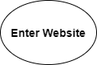
This is part2/part2.drawio.png from shadydrako/wi21-cse110-lab4, a draw.io export, as it was before one commit. Source tidied: cells renumbered, new cells last; positions are measured from the earlier drawing's top-left corner, leaving out a move shared by most shapes. The source it was exported from:
```xml
<mxGraphModel>
  <root>
    <mxCell id="0" />
    <mxCell id="1" parent="0" />
    <mxCell id="2" value="&lt;h3&gt;Enter Website&lt;/h3&gt;" style="ellipse;whiteSpace=wrap;html=1;" parent="1" vertex="1">
      <mxGeometry width="120" height="80" as="geometry" />
    </mxCell>
  </root>
</mxGraphModel>
```
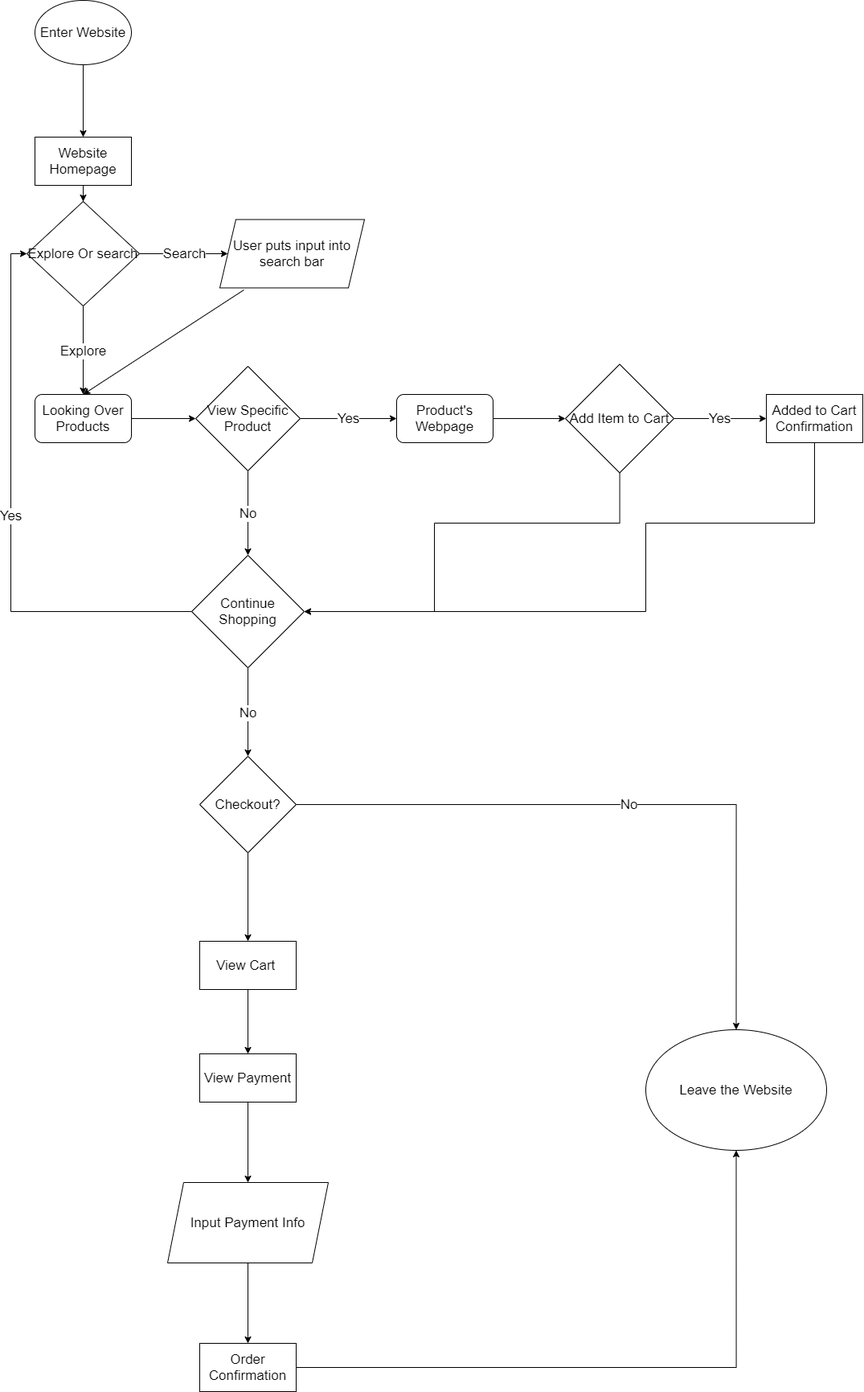
Above is the later version.

Commit message:
finished part2

The edit, as a diff of the source:
```diff
@@ -2,8 +2,129 @@
   <root>
     <mxCell id="0" />
     <mxCell id="1" parent="0" />
+    <mxCell id="3" style="edgeStyle=orthogonalEdgeStyle;rounded=0;jettySize=auto;html=1;fontSize=17;" parent="1" edge="1" source="2" target="21">
+      <mxGeometry relative="1" as="geometry" />
+    </mxCell>
-    <mxCell id="2" value="&lt;h3&gt;Enter Website&lt;/h3&gt;" style="ellipse;whiteSpace=wrap;html=1;" parent="1" vertex="1">
+    <mxCell id="2" value="Enter Website" style="ellipse;whiteSpace=wrap;html=1;fontSize=17;" parent="1" vertex="1">
       <mxGeometry width="120" height="80" as="geometry" />
     </mxCell>
+    <mxCell id="4" value="Looking Over Products" style="rounded=1;whiteSpace=wrap;html=1;fontSize=17;" parent="1" vertex="1">
+      <mxGeometry y="490" width="120" height="60" as="geometry" />
+    </mxCell>
+    <mxCell id="5" style="endArrow=classic;html=1;fontSize=17;exitX=0.5;exitY=1;exitDx=0;exitDy=0;entryX=0.5;entryY=0;entryDx=0;entryDy=0;" parent="1" edge="1" target="4">
+      <mxGeometry relative="1" as="geometry">
+        <mxPoint x="260" y="360" as="sourcePoint" />
+      </mxGeometry>
+    </mxCell>
+    <mxCell id="6" value="No" style="edgeStyle=orthogonalEdgeStyle;rounded=0;jettySize=auto;html=1;fontSize=17;" parent="1" edge="1" source="7" target="17">
+      <mxGeometry relative="1" as="geometry" />
+    </mxCell>
+    <mxCell id="7" value="View Specific&lt;br&gt;Product" style="rhombus;whiteSpace=wrap;html=1;fontSize=17;" parent="1" vertex="1">
+      <mxGeometry x="200" y="455" width="130" height="130" as="geometry" />
+    </mxCell>
+    <mxCell id="8" style="endArrow=classic;html=1;fontSize=17;entryX=0;entryY=0.5;entryDx=0;entryDy=0;" parent="1" edge="1" target="7">
+      <mxGeometry relative="1" as="geometry">
+        <mxPoint x="120" y="520" as="sourcePoint" />
+      </mxGeometry>
+    </mxCell>
+    <mxCell id="9" value="Yes" style="endArrow=classic;html=1;fontSize=17;exitX=1;exitY=0.5;exitDx=0;exitDy=0;" parent="1" edge="1" source="7" target="10">
+      <mxGeometry relative="1" as="geometry" />
+    </mxCell>
+    <mxCell id="10" value="Product's Webpage" style="rounded=1;whiteSpace=wrap;html=1;fontSize=17;" parent="1" vertex="1">
+      <mxGeometry x="450" y="490" width="120" height="60" as="geometry" />
+    </mxCell>
+    <mxCell id="11" value="Yes" style="edgeStyle=orthogonalEdgeStyle;rounded=0;jettySize=auto;html=1;fontSize=17;" parent="1" edge="1" source="13" target="19">
+      <mxGeometry relative="1" as="geometry" />
+    </mxCell>
+    <mxCell id="12" style="edgeStyle=orthogonalEdgeStyle;rounded=0;jettySize=auto;html=1;entryX=1;entryY=0.5;entryDx=0;entryDy=0;fontSize=17;" parent="1" edge="1" source="13" target="17">
+      <mxGeometry relative="1" as="geometry">
+        <Array as="points">
+          <mxPoint x="728" y="650" />
+          <mxPoint x="497" y="650" />
+          <mxPoint x="497" y="760" />
+        </Array>
+      </mxGeometry>
+    </mxCell>
+    <mxCell id="13" value="Add Item to Cart" style="rhombus;whiteSpace=wrap;html=1;fontSize=17;" parent="1" vertex="1">
+      <mxGeometry x="660" y="452.5" width="135" height="135" as="geometry" />
+    </mxCell>
+    <mxCell id="14" style="endArrow=classic;html=1;fontSize=17;exitX=1;exitY=0.5;exitDx=0;exitDy=0;entryX=0;entryY=0.5;entryDx=0;entryDy=0;" parent="1" edge="1" source="10" target="13">
+      <mxGeometry relative="1" as="geometry" />
+    </mxCell>
+    <mxCell id="15" value="Yes" style="edgeStyle=orthogonalEdgeStyle;rounded=0;jettySize=auto;html=1;exitX=0;exitY=0.5;exitDx=0;exitDy=0;fontSize=17;entryX=0;entryY=0.5;entryDx=0;entryDy=0;" parent="1" edge="1" source="17" target="24">
+      <mxGeometry relative="1" as="geometry" />
+    </mxCell>
+    <mxCell id="16" value="No" style="edgeStyle=orthogonalEdgeStyle;rounded=0;jettySize=auto;html=1;fontSize=17;" parent="1" edge="1" source="17" target="28">
+      <mxGeometry relative="1" as="geometry" />
+    </mxCell>
+    <mxCell id="17" value="Continue Shopping" style="rhombus;whiteSpace=wrap;html=1;fontSize=17;" parent="1" vertex="1">
+      <mxGeometry x="195" y="690" width="140" height="140" as="geometry" />
+    </mxCell>
+    <mxCell id="18" style="edgeStyle=orthogonalEdgeStyle;rounded=0;jettySize=auto;html=1;entryX=1;entryY=0.5;entryDx=0;entryDy=0;fontSize=17;" parent="1" edge="1" source="19" target="17">
+      <mxGeometry relative="1" as="geometry">
+        <Array as="points">
+          <mxPoint x="970" y="650" />
+          <mxPoint x="760" y="650" />
+          <mxPoint x="760" y="760" />
+        </Array>
+      </mxGeometry>
+    </mxCell>
+    <mxCell id="19" value="Added to Cart Confirmation" style="whiteSpace=wrap;html=1;fontSize=17;" parent="1" vertex="1">
+      <mxGeometry x="910" y="490" width="120" height="60" as="geometry" />
+    </mxCell>
+    <mxCell id="20" style="edgeStyle=orthogonalEdgeStyle;rounded=0;jettySize=auto;html=1;fontSize=17;" parent="1" edge="1" source="21" target="24">
+      <mxGeometry relative="1" as="geometry" />
+    </mxCell>
+    <mxCell id="21" value="Website Homepage" style="whiteSpace=wrap;html=1;fontSize=17;" parent="1" vertex="1">
+      <mxGeometry y="170" width="120" height="60" as="geometry" />
+    </mxCell>
+    <mxCell id="22" value="Search" style="edgeStyle=orthogonalEdgeStyle;rounded=0;jettySize=auto;html=1;fontSize=17;" parent="1" edge="1" source="24" target="25">
+      <mxGeometry relative="1" as="geometry" />
+    </mxCell>
+    <mxCell id="23" value="Explore" style="edgeStyle=orthogonalEdgeStyle;rounded=0;jettySize=auto;html=1;fontSize=17;" parent="1" edge="1" source="24" target="4">
+      <mxGeometry relative="1" as="geometry" />
+    </mxCell>
+    <mxCell id="24" value="Explore Or search" style="rhombus;whiteSpace=wrap;html=1;fontSize=17;" parent="1" vertex="1">
+      <mxGeometry x="-10" y="250" width="140" height="130" as="geometry" />
+    </mxCell>
+    <mxCell id="25" value="User puts input into search bar" style="shape=parallelogram;perimeter=parallelogramPerimeter;whiteSpace=wrap;html=1;fixedSize=1;fontSize=17;" parent="1" vertex="1">
+      <mxGeometry x="230" y="272.5" width="180" height="85" as="geometry" />
+    </mxCell>
+    <mxCell id="26" value="No" style="edgeStyle=orthogonalEdgeStyle;rounded=0;jettySize=auto;html=1;fontSize=17;" parent="1" edge="1" source="28" target="29">
+      <mxGeometry relative="1" as="geometry" />
+    </mxCell>
+    <mxCell id="27" style="edgeStyle=orthogonalEdgeStyle;rounded=0;jettySize=auto;html=1;fontSize=17;" parent="1" edge="1" source="28" target="31">
+      <mxGeometry relative="1" as="geometry" />
+    </mxCell>
+    <mxCell id="28" value="Checkout?" style="rhombus;whiteSpace=wrap;html=1;fontSize=17;" parent="1" vertex="1">
+      <mxGeometry x="205" y="940" width="120" height="120" as="geometry" />
+    </mxCell>
+    <mxCell id="29" value="Leave the Website" style="ellipse;whiteSpace=wrap;html=1;fontSize=17;" parent="1" vertex="1">
+      <mxGeometry x="760" y="1280" width="225" height="150" as="geometry" />
+    </mxCell>
+    <mxCell id="30" style="edgeStyle=orthogonalEdgeStyle;rounded=0;jettySize=auto;html=1;fontSize=17;" parent="1" edge="1" source="31" target="33">
+      <mxGeometry relative="1" as="geometry" />
+    </mxCell>
+    <mxCell id="31" value="View Cart&amp;nbsp;" style="whiteSpace=wrap;html=1;fontSize=17;" parent="1" vertex="1">
+      <mxGeometry x="205" y="1170" width="120" height="60" as="geometry" />
+    </mxCell>
+    <mxCell id="32" style="edgeStyle=orthogonalEdgeStyle;rounded=0;jettySize=auto;html=1;fontSize=17;" parent="1" edge="1" source="33" target="35">
+      <mxGeometry relative="1" as="geometry" />
+    </mxCell>
+    <mxCell id="33" value="View Payment" style="whiteSpace=wrap;html=1;fontSize=17;" parent="1" vertex="1">
+      <mxGeometry x="205" y="1310" width="120" height="60" as="geometry" />
+    </mxCell>
+    <mxCell id="34" style="edgeStyle=orthogonalEdgeStyle;rounded=0;jettySize=auto;html=1;fontSize=17;" parent="1" edge="1" source="35" target="37">
+      <mxGeometry relative="1" as="geometry" />
+    </mxCell>
+    <mxCell id="35" value="Input Payment Info" style="shape=parallelogram;perimeter=parallelogramPerimeter;whiteSpace=wrap;html=1;fixedSize=1;fontSize=17;" parent="1" vertex="1">
+      <mxGeometry x="165" y="1470" width="200" height="100" as="geometry" />
+    </mxCell>
+    <mxCell id="36" style="edgeStyle=orthogonalEdgeStyle;rounded=0;jettySize=auto;html=1;fontSize=17;entryX=0.5;entryY=1;entryDx=0;entryDy=0;" parent="1" edge="1" source="37" target="29">
+      <mxGeometry relative="1" as="geometry" />
+    </mxCell>
+    <mxCell id="37" value="Order Confirmation" style="whiteSpace=wrap;html=1;fontSize=17;" parent="1" vertex="1">
+      <mxGeometry x="205" y="1670" width="120" height="60" as="geometry" />
+    </mxCell>
   </root>
 </mxGraphModel>
```
